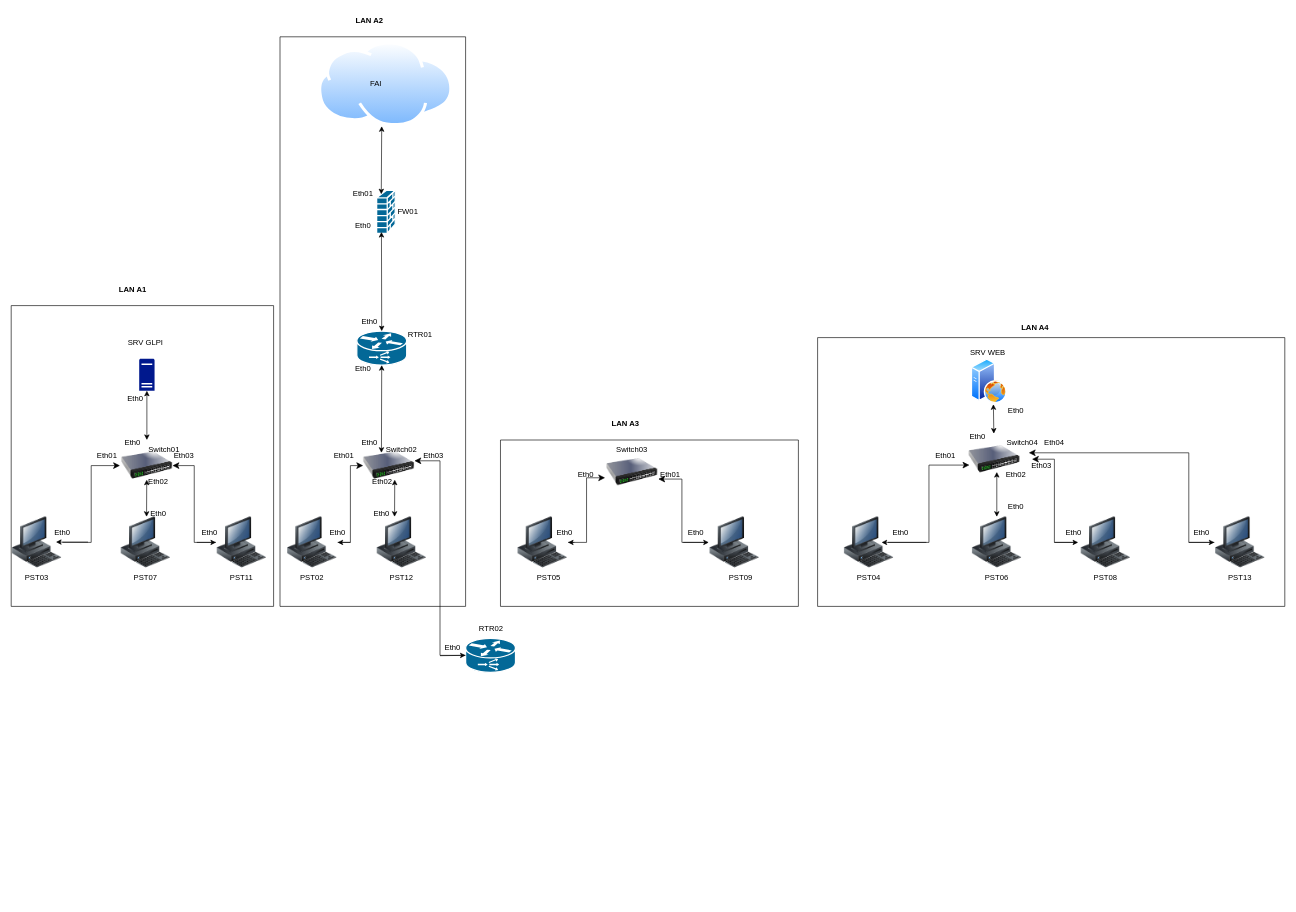
This is laboRéseaux.drawio from melanieBouchez/topologie, a draw.io file, before an edit. Source tidied: cells renumbered, new cells numbered last; positions are measured from the earlier drawing's top-left corner, leaving out a move shared by most shapes. Both pictures are drawn from the tidied source at 64%, with x=0, y=0 at pixel (11, 11).
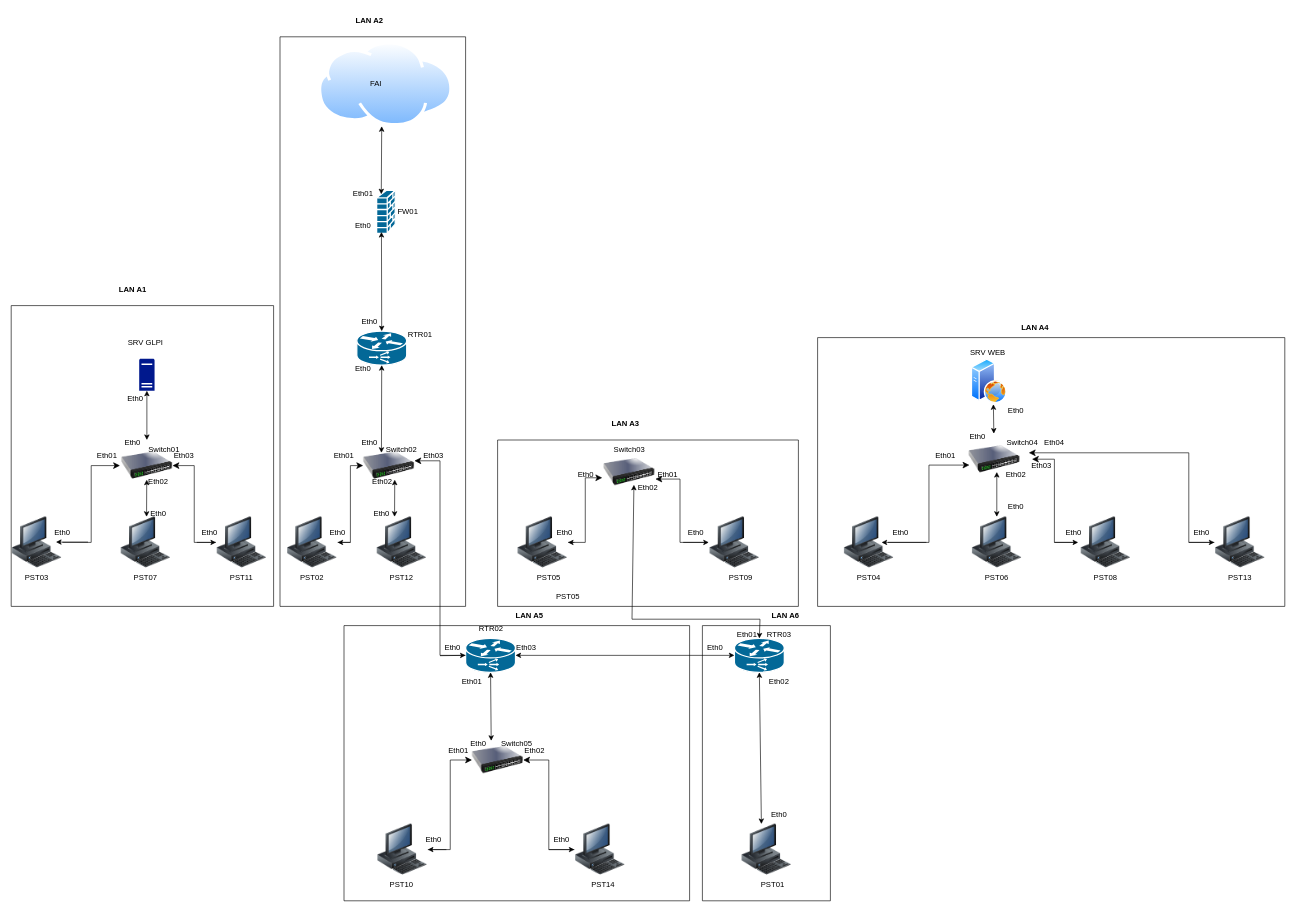
Above is the later version.

Unchanged cells that the change refers to:
```xml
<mxCell id="3" style="shape=mxgraph.cisco.routers.content_service_router;sketch=0;html=1;dashed=0;fillColor=#036897;strokeColor=#ffffff;strokeWidth=2;verticalLabelPosition=bottom;verticalAlign=top;align=center;outlineConnect=0;" parent="1" vertex="1">
  <mxGeometry x="710" y="980" width="78" height="53" as="geometry" />
</mxCell>
<mxCell id="76" style="image;html=1;image=img/lib/clip_art/networking/Switch_128x128.png;" parent="75" vertex="1">
  <mxGeometry x="165.5" y="10" width="80" height="80" as="geometry" />
</mxCell>
```

Diff of the diagram source:
```diff
@@
     <mxCell id="75" style="swimlane;startSize=0;" parent="1" vertex="1">
-      <mxGeometry x="764.5" y="670" width="465.5" height="260" as="geometry" />
+      <mxGeometry x="760" y="670" width="470" height="260" as="geometry" />
     </mxCell>
@@
+    <mxCell id="111" style="edgeStyle=orthogonalEdgeStyle;rounded=0;orthogonalLoop=1;jettySize=auto;html=1;exitX=0.5;exitY=1;exitDx=0;exitDy=0;" parent="75" edge="1" source="76" target="76">
+      <mxGeometry relative="1" as="geometry" />
+    </mxCell>
+    <mxCell id="112" style="endArrow=classic;html=1;rounded=0;" parent="75" edge="1">
+      <mxGeometry relative="1" as="geometry">
+        <mxPoint x="210" y="280" as="sourcePoint" />
+        <mxPoint x="213" y="70" as="targetPoint" />
+      </mxGeometry>
+    </mxCell>
+    <mxCell id="113" value="Eth02" style="text;html=1;strokeColor=none;fillColor=none;align=center;verticalAlign=middle;whiteSpace=wrap;rounded=0;" parent="75" vertex="1">
+      <mxGeometry x="205" y="60" width="60" height="30" as="geometry" />
+    </mxCell>
@@
+    <mxCell id="114" style="image;html=1;image=img/lib/clip_art/networking/Switch_128x128.png;" parent="1" vertex="1">
+      <mxGeometry x="720" y="1130" width="80" height="80" as="geometry" />
+    </mxCell>
+    <mxCell id="115" style="image;html=1;image=img/lib/clip_art/computers/Workstation_128x128.png;" parent="1" vertex="1">
+      <mxGeometry x="880" y="1270" width="80" height="80" as="geometry" />
+    </mxCell>
+    <mxCell id="116" style="image;html=1;image=img/lib/clip_art/computers/Workstation_128x128.png;" parent="1" vertex="1">
+      <mxGeometry x="571" y="1270" width="80" height="80" as="geometry" />
+    </mxCell>
+    <mxCell id="117" style="edgeStyle=elbowEdgeStyle;elbow=horizontal;endArrow=classic;html=1;curved=0;rounded=0;endSize=8;startSize=8;entryX=0;entryY=0.5;entryDx=0;entryDy=0;exitX=1;exitY=0.5;exitDx=0;exitDy=0;" parent="1" edge="1" source="116" target="114">
+      <mxGeometry relative="1" as="geometry" />
+    </mxCell>
+    <mxCell id="118" style="edgeStyle=elbowEdgeStyle;elbow=horizontal;endArrow=classic;html=1;curved=0;rounded=0;endSize=8;startSize=8;entryX=1;entryY=0.5;entryDx=0;entryDy=0;exitX=0;exitY=0.5;exitDx=0;exitDy=0;" parent="1" edge="1" source="115" target="114">
+      <mxGeometry relative="1" as="geometry" />
+    </mxCell>
+    <mxCell id="119" style="endArrow=classic;html=1;rounded=0;entryX=1;entryY=0.5;entryDx=0;entryDy=0;" parent="1" edge="1" target="116">
+      <mxGeometry relative="1" as="geometry">
+        <mxPoint x="680" y="1310" as="sourcePoint" />
+      </mxGeometry>
+    </mxCell>
+    <mxCell id="120" style="endArrow=classic;html=1;rounded=0;entryX=0;entryY=0.5;entryDx=0;entryDy=0;" parent="1" edge="1" target="115">
+      <mxGeometry relative="1" as="geometry">
+        <mxPoint x="840" y="1310" as="sourcePoint" />
+      </mxGeometry>
+    </mxCell>
+    <mxCell id="121" style="endArrow=classic;startArrow=classic;html=1;rounded=0;entryX=0.5;entryY=1;entryDx=0;entryDy=0;entryPerimeter=0;exitX=0.375;exitY=0.125;exitDx=0;exitDy=0;exitPerimeter=0;" parent="1" edge="1" source="114" target="3">
+      <mxGeometry relative="1" as="geometry" />
+    </mxCell>
+    <mxCell id="122" value="PST14" style="text;html=1;strokeColor=none;fillColor=none;align=center;verticalAlign=middle;whiteSpace=wrap;rounded=0;" parent="1" vertex="1">
+      <mxGeometry x="894.5" y="1350" width="60" height="30" as="geometry" />
+    </mxCell>
+    <mxCell id="123" value="PST10" style="text;html=1;strokeColor=none;fillColor=none;align=center;verticalAlign=middle;whiteSpace=wrap;rounded=0;" parent="1" vertex="1">
+      <mxGeometry x="580" y="1350" width="60" height="30" as="geometry" />
+    </mxCell>
+    <mxCell id="124" value="PST05" style="text;html=1;strokeColor=none;fillColor=none;align=center;verticalAlign=middle;whiteSpace=wrap;rounded=0;" parent="1" vertex="1">
+      <mxGeometry x="840" y="900" width="60" height="30" as="geometry" />
+    </mxCell>
+    <mxCell id="125" value="Eth02" style="text;html=1;strokeColor=none;fillColor=none;align=center;verticalAlign=middle;whiteSpace=wrap;rounded=0;" parent="1" vertex="1">
+      <mxGeometry x="788" y="1140" width="60" height="30" as="geometry" />
+    </mxCell>
+    <mxCell id="126" value="Switch05" style="text;html=1;strokeColor=none;fillColor=none;align=center;verticalAlign=middle;whiteSpace=wrap;rounded=0;" parent="1" vertex="1">
+      <mxGeometry x="760" y="1129" width="60" height="30" as="geometry" />
+    </mxCell>
+    <mxCell id="127" value="Eth01" style="text;html=1;strokeColor=none;fillColor=none;align=center;verticalAlign=middle;whiteSpace=wrap;rounded=0;" parent="1" vertex="1">
+      <mxGeometry x="690" y="1033" width="60" height="30" as="geometry" />
+    </mxCell>
+    <mxCell id="128" value="Eth01" style="text;html=1;strokeColor=none;fillColor=none;align=center;verticalAlign=middle;whiteSpace=wrap;rounded=0;" parent="1" vertex="1">
+      <mxGeometry x="669" y="1140" width="60" height="30" as="geometry" />
+    </mxCell>
+    <mxCell id="129" value="Eth0" style="text;html=1;strokeColor=none;fillColor=none;align=center;verticalAlign=middle;whiteSpace=wrap;rounded=0;" parent="1" vertex="1">
+      <mxGeometry x="700" y="1129" width="60" height="30" as="geometry" />
+    </mxCell>
+    <mxCell id="130" value="Eth0" style="text;html=1;strokeColor=none;fillColor=none;align=center;verticalAlign=middle;whiteSpace=wrap;rounded=0;" parent="1" vertex="1">
+      <mxGeometry x="830" y="1280" width="60" height="30" as="geometry" />
+    </mxCell>
+    <mxCell id="131" value="Eth0" style="text;html=1;strokeColor=none;fillColor=none;align=center;verticalAlign=middle;whiteSpace=wrap;rounded=0;" parent="1" vertex="1">
+      <mxGeometry x="630" y="1280" width="60" height="30" as="geometry" />
+    </mxCell>
+    <mxCell id="132" style="shape=mxgraph.cisco.routers.content_service_router;sketch=0;html=1;dashed=0;fillColor=#036897;strokeColor=#ffffff;strokeWidth=2;verticalLabelPosition=bottom;verticalAlign=top;align=center;outlineConnect=0;" parent="1" vertex="1">
+      <mxGeometry x="1130" y="980" width="78" height="53" as="geometry" />
+    </mxCell>
+    <mxCell id="133" style="endArrow=classic;startArrow=classic;html=1;rounded=0;entryX=0;entryY=0.5;entryDx=0;entryDy=0;entryPerimeter=0;exitX=1;exitY=0.5;exitDx=0;exitDy=0;exitPerimeter=0;" parent="1" edge="1" source="3" target="132">
+      <mxGeometry relative="1" as="geometry" />
+    </mxCell>
+    <mxCell id="134" style="endArrow=none;html=1;rounded=0;" parent="1" edge="1">
+      <mxGeometry relative="1" as="geometry">
+        <mxPoint x="970" y="950" as="sourcePoint" />
+        <mxPoint x="1170" y="950" as="targetPoint" />
+      </mxGeometry>
+    </mxCell>
+    <mxCell id="135" style="endArrow=classic;html=1;rounded=0;entryX=0.5;entryY=0;entryDx=0;entryDy=0;entryPerimeter=0;" parent="1" edge="1" target="132">
+      <mxGeometry relative="1" as="geometry">
+        <mxPoint x="1170" y="950" as="sourcePoint" />
+      </mxGeometry>
+    </mxCell>
+    <mxCell id="136" value="Eth03" style="text;html=1;strokeColor=none;fillColor=none;align=center;verticalAlign=middle;whiteSpace=wrap;rounded=0;" parent="1" vertex="1">
+      <mxGeometry x="774.5" y="980" width="60" height="30" as="geometry" />
+    </mxCell>
+    <mxCell id="137" value="Eth02" style="text;html=1;strokeColor=none;fillColor=none;align=center;verticalAlign=middle;whiteSpace=wrap;rounded=0;" parent="1" vertex="1">
+      <mxGeometry x="1170" y="1033" width="60" height="30" as="geometry" />
+    </mxCell>
+    <mxCell id="138" value="Eth0" style="text;html=1;strokeColor=none;fillColor=none;align=center;verticalAlign=middle;whiteSpace=wrap;rounded=0;" parent="1" vertex="1">
+      <mxGeometry x="1170" y="1240" width="60" height="30" as="geometry" />
+    </mxCell>
+    <mxCell id="139" value="Eth0" style="text;html=1;strokeColor=none;fillColor=none;align=center;verticalAlign=middle;whiteSpace=wrap;rounded=0;" parent="1" vertex="1">
+      <mxGeometry x="1070" y="980" width="60" height="30" as="geometry" />
+    </mxCell>
+    <mxCell id="140" value="Eth01" style="text;html=1;strokeColor=none;fillColor=none;align=center;verticalAlign=middle;whiteSpace=wrap;rounded=0;" parent="1" vertex="1">
+      <mxGeometry x="1120" y="960" width="60" height="30" as="geometry" />
+    </mxCell>
+    <mxCell id="141" style="swimlane;startSize=0;" parent="1" vertex="1">
+      <mxGeometry x="520" y="960" width="540" height="430" as="geometry" />
+    </mxCell>
+    <mxCell id="142" value="&lt;b&gt;LAN A5&lt;/b&gt;" style="text;html=1;strokeColor=none;fillColor=none;align=center;verticalAlign=middle;whiteSpace=wrap;rounded=0;" parent="1" vertex="1">
+      <mxGeometry x="780" y="930" width="60" height="30" as="geometry" />
+    </mxCell>
+    <mxCell id="143" style="image;html=1;image=img/lib/clip_art/computers/Workstation_128x128.png;" parent="1" vertex="1">
+      <mxGeometry x="1140" y="1270" width="80" height="80" as="geometry" />
+    </mxCell>
+    <mxCell id="144" style="endArrow=classic;startArrow=classic;html=1;rounded=0;entryX=0.5;entryY=1;entryDx=0;entryDy=0;entryPerimeter=0;exitX=0.402;exitY=0;exitDx=0;exitDy=0;exitPerimeter=0;" parent="1" edge="1" source="143" target="132">
+      <mxGeometry relative="1" as="geometry" />
+    </mxCell>
+    <mxCell id="145" value="PST01" style="text;html=1;strokeColor=none;fillColor=none;align=center;verticalAlign=middle;whiteSpace=wrap;rounded=0;" parent="1" vertex="1">
+      <mxGeometry x="1160" y="1350" width="60" height="30" as="geometry" />
+    </mxCell>
+    <mxCell id="146" style="swimlane;startSize=0;" parent="1" vertex="1">
+      <mxGeometry x="1080" y="960" width="200" height="430" as="geometry" />
+    </mxCell>
+    <mxCell id="147" value="RTR03" style="text;html=1;strokeColor=none;fillColor=none;align=center;verticalAlign=middle;whiteSpace=wrap;rounded=0;" parent="146" vertex="1">
+      <mxGeometry x="90" width="60" height="30" as="geometry" />
+    </mxCell>
+    <mxCell id="148" value="&lt;b&gt;LAN A6&lt;/b&gt;" style="text;html=1;strokeColor=none;fillColor=none;align=center;verticalAlign=middle;whiteSpace=wrap;rounded=0;" parent="1" vertex="1">
+      <mxGeometry x="1180" y="930" width="60" height="30" as="geometry" />
+    </mxCell>
```
